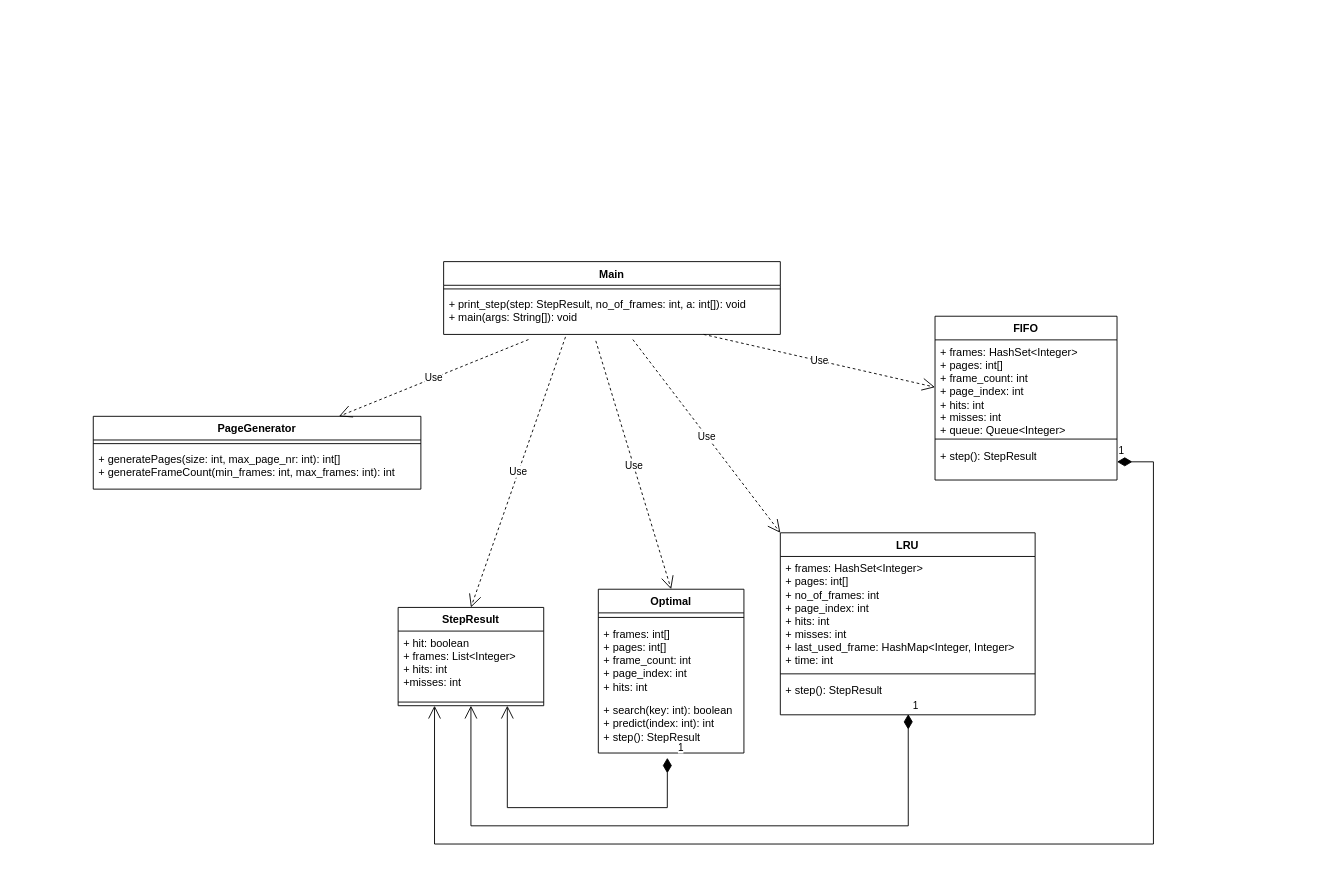
Before: Diagrams/ClassDiagram/ClassDiagram.drawio in PavelCata/VirtualMemorySimulator, a draw.io diagram. Source tidied: cells renumbered, new cells numbered last; positions are measured from the earlier drawing's top-left corner, leaving out a move shared by most shapes. Both pictures are drawn from the tidied source at 91%, with x=0, y=0 at pixel (93, 261).
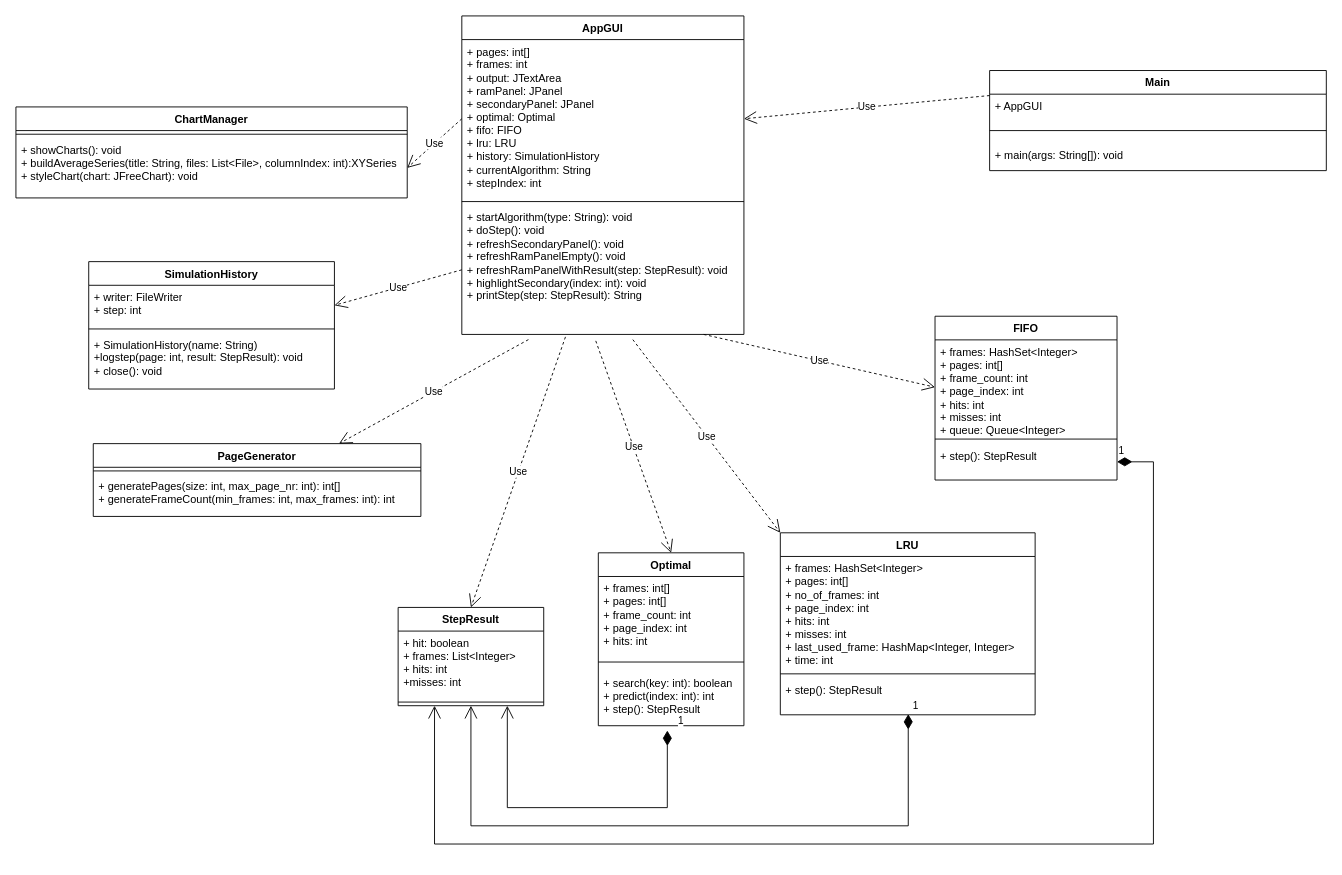
Above is the later version.

The change refers to these unchanged cells:
```xml
<mxCell id="7" value="+ frames: HashSet&amp;lt;Integer&amp;gt;&lt;div&gt;+ pages: int[]&lt;/div&gt;&lt;div&gt;+ frame_count: int&lt;/div&gt;&lt;div&gt;+ page_index: int&lt;/div&gt;&lt;div&gt;+ hits: int&lt;/div&gt;&lt;div&gt;+ misses: int&lt;/div&gt;&lt;div&gt;+ queue: Queue&amp;lt;Integer&amp;gt;&lt;/div&gt;" style="text;strokeColor=none;fillColor=none;align=left;verticalAlign=top;spacingLeft=4;spacingRight=4;overflow=hidden;points=[[0,0.5],[1,0.5]];portConstraint=eastwest;whiteSpace=wrap;html=1;" parent="6" vertex="1">
  <mxGeometry y="26" width="200" height="104" as="geometry" />
</mxCell>
<mxCell id="10" value="LRU" style="swimlane;fontStyle=1;align=center;verticalAlign=top;horizontal=1;startSize=26;whiteSpace=wrap;html=1;" parent="1" vertex="1">
  <mxGeometry x="755" y="298" width="280" height="200" as="geometry" />
</mxCell>
<mxCell id="14" value="StepResult" style="swimlane;fontStyle=1;align=center;verticalAlign=top;horizontal=1;startSize=26;whiteSpace=wrap;html=1;" parent="1" vertex="1">
  <mxGeometry x="335" y="380" width="160" height="108" as="geometry" />
</mxCell>
```

The edit, as a diff of the source:
```diff
@@
     <mxCell id="2" value="Optimal" style="swimlane;fontStyle=1;align=center;verticalAlign=top;horizontal=1;startSize=26;whiteSpace=wrap;html=1;" parent="1" vertex="1">
-      <mxGeometry x="555" y="360" width="160" height="180" as="geometry" />
+      <mxGeometry x="555" y="320" width="160" height="190" as="geometry" />
     </mxCell>
+    <mxCell id="4" value="+ frames: int[]&lt;div&gt;+ pages: int[]&lt;/div&gt;&lt;div&gt;+ frame_count: int&lt;/div&gt;&lt;div&gt;+ page_index: int&lt;/div&gt;&lt;div&gt;+ hits: int&lt;/div&gt;" style="text;strokeColor=none;fillColor=none;align=left;verticalAlign=top;spacingLeft=4;spacingRight=4;overflow=hidden;whiteSpace=wrap;html=1;" parent="2" vertex="1">
+      <mxGeometry y="26" width="160" height="84" as="geometry" />
+    </mxCell>
     <mxCell id="3" style="line;strokeWidth=1;fillColor=none;align=left;verticalAlign=middle;spacingTop=-1;spacingLeft=3;spacingRight=3;labelPosition=right;strokeColor=inherit;" parent="2" vertex="1">
-      <mxGeometry y="26" width="160" height="10" as="geometry" />
+      <mxGeometry y="110" width="160" height="20" as="geometry" />
     </mxCell>
-    <mxCell id="4" value="+ frames: int[]&lt;div&gt;+ pages: int[]&lt;/div&gt;&lt;div&gt;+ frame_count: int&lt;/div&gt;&lt;div&gt;+ page_index: int&lt;/div&gt;&lt;div&gt;+ hits: int&lt;/div&gt;" style="text;strokeColor=none;fillColor=none;align=left;verticalAlign=top;spacingLeft=4;spacingRight=4;overflow=hidden;whiteSpace=wrap;html=1;" parent="2" vertex="1">
-      <mxGeometry y="36" width="160" height="84" as="geometry" />
-    </mxCell>
     <mxCell id="5" value="+ search(key: int): boolean&lt;div&gt;+ predict(index: int): int&lt;/div&gt;&lt;div&gt;+ step(): StepResult&lt;/div&gt;&lt;div&gt;&lt;br&gt;&lt;/div&gt;" style="text;strokeColor=none;fillColor=none;align=left;verticalAlign=top;spacingLeft=4;spacingRight=4;overflow=hidden;points=[[0,0.5],[1,0.5]];portConstraint=eastwest;whiteSpace=wrap;html=1;" parent="2" vertex="1">
-      <mxGeometry y="120" width="160" height="60" as="geometry" />
+      <mxGeometry y="130" width="160" height="60" as="geometry" />
     </mxCell>
@@
     <mxCell id="17" value="PageGenerator" style="swimlane;fontStyle=1;align=center;verticalAlign=top;horizontal=1;startSize=26;whiteSpace=wrap;html=1;" parent="1" vertex="1">
-      <mxGeometry y="170" width="360" height="80" as="geometry" />
+      <mxGeometry y="200" width="360" height="80" as="geometry" />
     </mxCell>
@@
-    <mxCell id="20" value="Main" style="swimlane;fontStyle=1;align=center;verticalAlign=top;horizontal=1;startSize=26;whiteSpace=wrap;html=1;" parent="1" vertex="1">
-      <mxGeometry x="385" width="370" height="80" as="geometry" />
-    </mxCell>
-    <mxCell id="21" style="line;strokeWidth=1;fillColor=none;align=left;verticalAlign=middle;spacingTop=-1;spacingLeft=3;spacingRight=3;labelPosition=right;strokeColor=inherit;" parent="20" vertex="1">
-      <mxGeometry y="26" width="370" height="8" as="geometry" />
-    </mxCell>
-    <mxCell id="22" value="+ print_step(step: StepResult, no_of_frames: int, a: int[]): void&lt;div&gt;+ main(args: String[]): void&lt;/div&gt;" style="text;strokeColor=none;fillColor=none;align=left;verticalAlign=top;spacingLeft=4;spacingRight=4;overflow=hidden;points=[[0,0.5],[1,0.5]];portConstraint=eastwest;whiteSpace=wrap;html=1;" parent="20" vertex="1">
-      <mxGeometry y="34" width="370" height="46" as="geometry" />
-    </mxCell>
-    <mxCell id="23" value="Use" style="endArrow=open;endSize=12;dashed=1;html=1;rounded=0;entryX=0;entryY=0.5;entryDx=0;entryDy=0;" parent="1" edge="1" source="22" target="7">
-      <mxGeometry relative="1" as="geometry" />
+    <mxCell id="23" value="Use" style="endArrow=open;endSize=12;dashed=1;html=1;rounded=0;entryX=0;entryY=0.5;entryDx=0;entryDy=0;" parent="1" edge="1" target="7">
+      <mxGeometry relative="1" as="geometry">
+        <mxPoint x="670.8" y="80" as="sourcePoint" />
+      </mxGeometry>
     </mxCell>
-    <mxCell id="24" value="Use" style="endArrow=open;endSize=12;dashed=1;html=1;rounded=0;entryX=0;entryY=0;entryDx=0;entryDy=0;exitX=0.562;exitY=1.123;exitDx=0;exitDy=0;exitPerimeter=0;" parent="1" edge="1" source="22" target="10">
-      <mxGeometry relative="1" as="geometry" />
+    <mxCell id="24" value="Use" style="endArrow=open;endSize=12;dashed=1;html=1;rounded=0;entryX=0;entryY=0;entryDx=0;entryDy=0;exitX=0.562;exitY=1.123;exitDx=0;exitDy=0;exitPerimeter=0;" parent="1" edge="1" target="10">
+      <mxGeometry relative="1" as="geometry">
+        <mxPoint x="592.9" y="85.7" as="sourcePoint" />
+      </mxGeometry>
     </mxCell>
-    <mxCell id="25" value="Use" style="endArrow=open;endSize=12;dashed=1;html=1;rounded=0;entryX=0.5;entryY=0;entryDx=0;entryDy=0;exitX=0.452;exitY=1.154;exitDx=0;exitDy=0;exitPerimeter=0;" parent="1" edge="1" source="22" target="2">
-      <mxGeometry relative="1" as="geometry" />
+    <mxCell id="25" value="Use" style="endArrow=open;endSize=12;dashed=1;html=1;rounded=0;entryX=0.5;entryY=0;entryDx=0;entryDy=0;exitX=0.452;exitY=1.154;exitDx=0;exitDy=0;exitPerimeter=0;" parent="1" edge="1" target="2">
+      <mxGeometry relative="1" as="geometry">
+        <mxPoint x="552.2" y="87.1" as="sourcePoint" />
+      </mxGeometry>
     </mxCell>
-    <mxCell id="26" value="Use" style="endArrow=open;endSize=12;dashed=1;html=1;rounded=0;entryX=0.5;entryY=0;entryDx=0;entryDy=0;exitX=0.362;exitY=1.059;exitDx=0;exitDy=0;exitPerimeter=0;" parent="1" edge="1" source="22" target="14">
-      <mxGeometry relative="1" as="geometry" />
+    <mxCell id="26" value="Use" style="endArrow=open;endSize=12;dashed=1;html=1;rounded=0;entryX=0.5;entryY=0;entryDx=0;entryDy=0;exitX=0.362;exitY=1.059;exitDx=0;exitDy=0;exitPerimeter=0;" parent="1" edge="1" target="14">
+      <mxGeometry relative="1" as="geometry">
+        <mxPoint x="518.9" y="82.7" as="sourcePoint" />
+      </mxGeometry>
     </mxCell>
-    <mxCell id="27" value="Use" style="endArrow=open;endSize=12;dashed=1;html=1;rounded=0;entryX=0.75;entryY=0;entryDx=0;entryDy=0;exitX=0.252;exitY=1.123;exitDx=0;exitDy=0;exitPerimeter=0;" parent="1" edge="1" source="22" target="17">
-      <mxGeometry relative="1" as="geometry" />
+    <mxCell id="27" value="Use" style="endArrow=open;endSize=12;dashed=1;html=1;rounded=0;entryX=0.75;entryY=0;entryDx=0;entryDy=0;exitX=0.252;exitY=1.123;exitDx=0;exitDy=0;exitPerimeter=0;" parent="1" edge="1" target="17">
+      <mxGeometry relative="1" as="geometry">
+        <mxPoint x="478.2" y="85.7" as="sourcePoint" />
+      </mxGeometry>
     </mxCell>
@@
+    <mxCell id="31" value="SimulationHistory" style="swimlane;fontStyle=1;align=center;verticalAlign=top;horizontal=1;startSize=26;whiteSpace=wrap;html=1;" parent="1" vertex="1">
+      <mxGeometry x="-5" width="270" height="140" as="geometry" />
+    </mxCell>
+    <mxCell id="32" value="+ writer: FileWriter&lt;div&gt;+ step: int&lt;/div&gt;&lt;div&gt;&lt;br&gt;&lt;/div&gt;" style="text;strokeColor=none;fillColor=none;align=left;verticalAlign=top;spacingLeft=4;spacingRight=4;overflow=hidden;points=[[0,0.5],[1,0.5]];portConstraint=eastwest;whiteSpace=wrap;html=1;" parent="31" vertex="1">
+      <mxGeometry y="26" width="270" height="44" as="geometry" />
+    </mxCell>
+    <mxCell id="33" style="line;strokeWidth=1;fillColor=none;align=left;verticalAlign=middle;spacingTop=-1;spacingLeft=3;spacingRight=3;labelPosition=right;strokeColor=inherit;" parent="31" vertex="1">
+      <mxGeometry y="70" width="270" height="8" as="geometry" />
+    </mxCell>
+    <mxCell id="34" value="+ SimulationHistory(name: String)&lt;div&gt;+logstep(page: int, result: StepResult): void&lt;/div&gt;&lt;div&gt;+ close(): void&lt;/div&gt;" style="text;strokeColor=none;fillColor=none;align=left;verticalAlign=top;spacingLeft=4;spacingRight=4;overflow=hidden;whiteSpace=wrap;html=1;" parent="31" vertex="1">
+      <mxGeometry y="78" width="270" height="62" as="geometry" />
+    </mxCell>
+    <mxCell id="35" value="ChartManager" style="swimlane;fontStyle=1;align=center;verticalAlign=top;horizontal=1;startSize=26;whiteSpace=wrap;html=1;" parent="1" vertex="1">
+      <mxGeometry x="-85" y="-170" width="430" height="100" as="geometry" />
+    </mxCell>
+    <mxCell id="36" style="line;strokeWidth=1;fillColor=none;align=left;verticalAlign=middle;spacingTop=-1;spacingLeft=3;spacingRight=3;labelPosition=right;strokeColor=inherit;" parent="35" vertex="1">
+      <mxGeometry y="26" width="430" height="8" as="geometry" />
+    </mxCell>
+    <mxCell id="37" value="+ showCharts(): void&lt;div&gt;+ buildAverageSeries(title: String, files: List&amp;lt;File&amp;gt;, columnIndex: int):XYSeries&lt;/div&gt;&lt;div&gt;+ styleChart(chart: JFreeChart): void&lt;/div&gt;" style="text;strokeColor=none;fillColor=none;align=left;verticalAlign=top;spacingLeft=4;spacingRight=4;overflow=hidden;points=[[0,0.5],[1,0.5]];portConstraint=eastwest;whiteSpace=wrap;html=1;" parent="35" vertex="1">
+      <mxGeometry y="34" width="430" height="66" as="geometry" />
+    </mxCell>
+    <mxCell id="38" value="AppGUI" style="swimlane;fontStyle=1;align=center;verticalAlign=top;horizontal=1;startSize=26;whiteSpace=wrap;html=1;" parent="1" vertex="1">
+      <mxGeometry x="405" y="-270" width="310" height="350" as="geometry" />
+    </mxCell>
+    <mxCell id="39" value="&lt;div&gt;+ pages: int[]&lt;/div&gt;&lt;div&gt;+ frames: int&lt;/div&gt;&lt;div&gt;+ output: JTextArea&lt;/div&gt;&lt;div&gt;+ ramPanel: JPanel&lt;/div&gt;&lt;div&gt;+ secondaryPanel: JPanel&lt;/div&gt;&lt;div&gt;+ optimal: Optimal&lt;/div&gt;&lt;div&gt;+ fifo: FIFO&lt;/div&gt;&lt;div&gt;+ lru: LRU&lt;/div&gt;&lt;div&gt;+ history: SimulationHistory&lt;/div&gt;&lt;div&gt;+ currentAlgorithm: String&lt;/div&gt;&lt;div&gt;+ stepIndex: int&lt;/div&gt;" style="text;strokeColor=none;fillColor=none;align=left;verticalAlign=top;spacingLeft=4;spacingRight=4;overflow=hidden;points=[[0,0.5],[1,0.5]];portConstraint=eastwest;whiteSpace=wrap;html=1;" parent="38" vertex="1">
+      <mxGeometry y="26" width="310" height="174" as="geometry" />
+    </mxCell>
+    <mxCell id="40" style="line;strokeWidth=1;fillColor=none;align=left;verticalAlign=middle;spacingTop=-1;spacingLeft=3;spacingRight=3;labelPosition=right;strokeColor=inherit;" parent="38" vertex="1">
+      <mxGeometry y="200" width="310" height="8" as="geometry" />
+    </mxCell>
+    <mxCell id="41" value="&lt;div&gt;&lt;span style=&quot;background-color: transparent; color: light-dark(rgb(0, 0, 0), rgb(255, 255, 255));&quot;&gt;+ startAlgorithm(type: String): void&lt;/span&gt;&lt;/div&gt;&lt;div&gt;+ doStep(): void&lt;/div&gt;&lt;div&gt;+ refreshSecondaryPanel(): void&lt;/div&gt;&lt;div&gt;+ refreshRamPanelEmpty(): void&lt;/div&gt;&lt;div&gt;+ refreshRamPanelWithResult(step: StepResult): void&lt;/div&gt;&lt;div&gt;+ highlightSecondary(index: int): void&lt;/div&gt;&lt;div&gt;+ printStep(step: StepResult): String&lt;/div&gt;" style="text;strokeColor=none;fillColor=none;align=left;verticalAlign=top;spacingLeft=4;spacingRight=4;overflow=hidden;points=[[0,0.5],[1,0.5]];portConstraint=eastwest;whiteSpace=wrap;html=1;" parent="38" vertex="1">
+      <mxGeometry y="208" width="310" height="142" as="geometry" />
+    </mxCell>
+    <mxCell id="20" value="Main" style="swimlane;fontStyle=1;align=center;verticalAlign=top;horizontal=1;startSize=26;whiteSpace=wrap;html=1;" parent="1" vertex="1">
+      <mxGeometry x="985" y="-210" width="370" height="110" as="geometry" />
+    </mxCell>
+    <mxCell id="42" value="+ AppGUI" style="text;strokeColor=none;fillColor=none;align=left;verticalAlign=top;spacingLeft=4;spacingRight=4;overflow=hidden;whiteSpace=wrap;html=1;" parent="20" vertex="1">
+      <mxGeometry y="26" width="370" height="26" as="geometry" />
+    </mxCell>
+    <mxCell id="43" style="line;strokeWidth=1;fillColor=none;align=left;verticalAlign=middle;spacingTop=-1;spacingLeft=3;spacingRight=3;labelPosition=right;strokeColor=inherit;" parent="20" vertex="1">
+      <mxGeometry y="52" width="370" height="28" as="geometry" />
+    </mxCell>
+    <mxCell id="44" value="&lt;div&gt;+ main(args: String[]): void&lt;/div&gt;" style="text;strokeColor=none;fillColor=none;align=left;verticalAlign=top;spacingLeft=4;spacingRight=4;overflow=hidden;whiteSpace=wrap;html=1;" parent="20" vertex="1">
+      <mxGeometry y="80" width="370" height="30" as="geometry" />
+    </mxCell>
+    <mxCell id="45" value="Use" style="endArrow=open;endSize=12;dashed=1;html=1;rounded=0;entryX=1;entryY=0.5;entryDx=0;entryDy=0;exitX=0;exitY=0.5;exitDx=0;exitDy=0;" parent="1" edge="1" source="41" target="32">
+      <mxGeometry relative="1" as="geometry" />
+    </mxCell>
+    <mxCell id="46" value="Use" style="endArrow=open;endSize=12;dashed=1;html=1;rounded=0;entryX=1;entryY=0.5;entryDx=0;entryDy=0;exitX=0;exitY=0.5;exitDx=0;exitDy=0;" parent="1" edge="1" source="39" target="37">
+      <mxGeometry relative="1" as="geometry" />
+    </mxCell>
+    <mxCell id="47" value="Use" style="endArrow=open;endSize=12;dashed=1;html=1;rounded=0;entryX=1;entryY=0.5;entryDx=0;entryDy=0;exitX=0;exitY=0.25;exitDx=0;exitDy=0;" parent="1" edge="1" source="20" target="39">
+      <mxGeometry relative="1" as="geometry" />
+    </mxCell>
```
